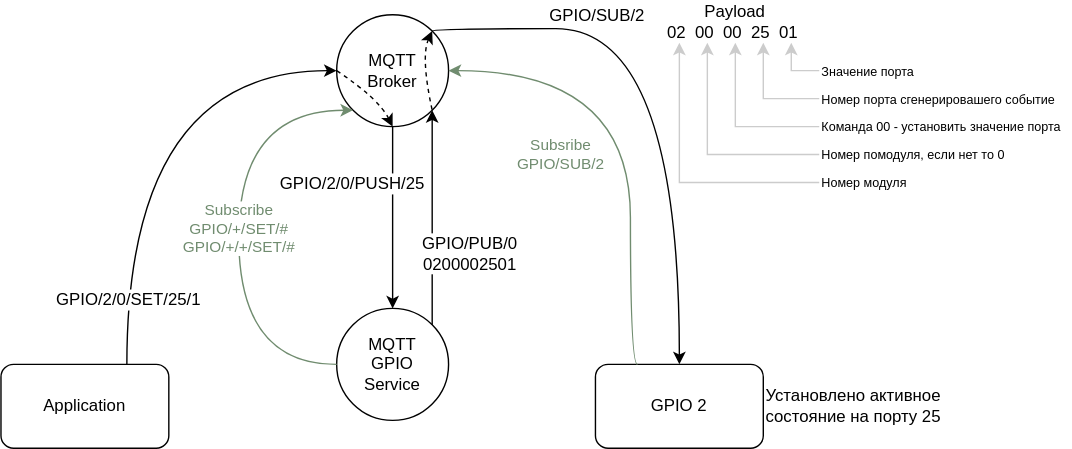
Above: docs/light/gpio/mqtt_messages_receive.svg in atitoff/CSH4 (draw.io), before the change. Source tidied: cells renumbered, new cells last; positions are measured from the earlier drawing's top-left corner, leaving out a move shared by most shapes. The source it was exported from:
```xml
<mxGraphModel>
  <root>
    <mxCell id="0" />
    <mxCell id="1" parent="0" />
    <mxCell id="2" value="MQTT&lt;br&gt;Broker" style="ellipse;whiteSpace=wrap;html=1;" parent="1" vertex="1">
      <mxGeometry x="240" y="10" width="80" height="80" as="geometry" />
    </mxCell>
    <mxCell id="3" value="GPIO 2" style="rounded=1;whiteSpace=wrap;html=1;" parent="1" vertex="1">
      <mxGeometry x="425" y="260" width="120" height="60" as="geometry" />
    </mxCell>
    <mxCell id="4" value="Application" style="rounded=1;whiteSpace=wrap;html=1;" parent="1" vertex="1">
      <mxGeometry y="260" width="120" height="60" as="geometry" />
    </mxCell>
    <mxCell id="5" value="&lt;font style=&quot;font-size: 11px;&quot;&gt;&lt;font color=&quot;#708c6f&quot;&gt;Subsribe&lt;br&gt;&lt;/font&gt;&lt;span style=&quot;text-align: start;&quot;&gt;&lt;font color=&quot;#708c6f&quot;&gt;GPIO/SUB/2&lt;/font&gt;&lt;br&gt;&lt;/span&gt;&lt;/font&gt;" style="endArrow=classic;html=1;rounded=0;strokeColor=#708c6f;exitX=0.25;exitY=0;exitDx=0;exitDy=0;entryX=1;entryY=0.5;entryDx=0;entryDy=0;edgeStyle=orthogonalEdgeStyle;curved=1;" parent="1" edge="1" source="3" target="2">
      <mxGeometry x="-0.1" y="50" relative="1" as="geometry">
        <Array as="points">
          <mxPoint x="450" y="260" />
          <mxPoint x="450" y="50" />
        </Array>
      </mxGeometry>
    </mxCell>
    <mxCell id="6" style="edgeStyle=orthogonalEdgeStyle;rounded=0;jettySize=auto;html=1;exitX=0.5;exitY=0;exitDx=0;exitDy=0;entryX=0.5;entryY=1;entryDx=0;entryDy=0;fontSize=12;strokeColor=#000000;endArrow=none;endFill=0;startArrow=classic;startFill=1;" parent="1" edge="1" source="8" target="2">
      <mxGeometry relative="1" as="geometry" />
    </mxCell>
    <mxCell id="7" value="GPIO/2/0/PUSH/25" style="edgeLabel;html=1;align=center;verticalAlign=middle;fontSize=12;fontFamily=Helvetica;" parent="6" vertex="1">
      <mxGeometry x="0.35" y="1" relative="1" as="geometry">
        <mxPoint x="-29" y="-2" as="offset" />
      </mxGeometry>
    </mxCell>
    <mxCell id="8" value="MQTT&lt;br&gt;GPIO&lt;br&gt;Service" style="ellipse;whiteSpace=wrap;html=1;" parent="1" vertex="1">
      <mxGeometry x="240" y="220" width="80" height="80" as="geometry" />
    </mxCell>
    <mxCell id="9" value="&lt;font color=&quot;#708c6f&quot;&gt;Subscribe&lt;br&gt;GPIO/+/SET/#&lt;br&gt;&lt;/font&gt;&lt;span style=&quot;color: rgb(112, 140, 111);&quot;&gt;GPIO/+/+/SET/#&lt;/span&gt;&lt;font color=&quot;#708c6f&quot;&gt;&lt;br&gt;&lt;/font&gt;" style="endArrow=classic;html=1;rounded=0;curved=1;strokeColor=#708c6f;exitX=0;exitY=0.5;exitDx=0;exitDy=0;edgeStyle=orthogonalEdgeStyle;entryX=0;entryY=1;entryDx=0;entryDy=0;" parent="1" edge="1" source="8" target="2">
      <mxGeometry relative="1" as="geometry">
        <Array as="points">
          <mxPoint x="170" y="260" />
          <mxPoint x="170" y="78" />
        </Array>
      </mxGeometry>
    </mxCell>
    <mxCell id="10" style="endArrow=none;html=1;rounded=0;strokeColor=#000000;exitX=0.5;exitY=0;exitDx=0;exitDy=0;entryX=1;entryY=0;entryDx=0;entryDy=0;startArrow=classic;startFill=1;endFill=0;edgeStyle=orthogonalEdgeStyle;curved=1;" parent="1" edge="1" source="3" target="2">
      <mxGeometry relative="1" as="geometry">
        <Array as="points">
          <mxPoint x="485" y="20" />
          <mxPoint x="308" y="20" />
        </Array>
      </mxGeometry>
    </mxCell>
    <mxCell id="11" value="GPIO/SUB/2" style="edgeLabel;html=1;align=center;verticalAlign=middle;fontSize=12;" parent="10" vertex="1">
      <mxGeometry x="-0.07" relative="1" as="geometry">
        <mxPoint x="-60" y="-56" as="offset" />
      </mxGeometry>
    </mxCell>
    <mxCell id="12" value="Payload&lt;br&gt;02&amp;nbsp; 00&amp;nbsp; 00&amp;nbsp; 25&amp;nbsp; 01&amp;nbsp;" style="text;html=1;strokeColor=none;fillColor=none;align=center;verticalAlign=middle;whiteSpace=wrap;rounded=0;" parent="1" vertex="1">
      <mxGeometry x="475" width="100" height="30" as="geometry" />
    </mxCell>
    <mxCell id="13" style="endArrow=classic;html=1;rounded=0;strokeColor=#CCCCCC;entryX=0.9;entryY=1;entryDx=0;entryDy=0;entryPerimeter=0;edgeStyle=orthogonalEdgeStyle;" parent="1" edge="1" target="12">
      <mxGeometry relative="1" as="geometry">
        <mxPoint x="585" y="50" as="sourcePoint" />
      </mxGeometry>
    </mxCell>
    <mxCell id="14" style="endArrow=classic;html=1;rounded=0;strokeColor=#CCCCCC;entryX=0.7;entryY=1;entryDx=0;entryDy=0;entryPerimeter=0;edgeStyle=orthogonalEdgeStyle;" parent="1" edge="1" target="12">
      <mxGeometry relative="1" as="geometry">
        <mxPoint x="585" y="70" as="sourcePoint" />
        <Array as="points">
          <mxPoint x="545" y="70" />
        </Array>
      </mxGeometry>
    </mxCell>
    <mxCell id="15" style="endArrow=classic;html=1;rounded=0;strokeColor=#CCCCCC;entryX=0.7;entryY=1;entryDx=0;entryDy=0;entryPerimeter=0;edgeStyle=orthogonalEdgeStyle;" parent="1" edge="1">
      <mxGeometry relative="1" as="geometry">
        <mxPoint x="585" y="90" as="sourcePoint" />
        <mxPoint x="525" y="30" as="targetPoint" />
        <Array as="points">
          <mxPoint x="585" y="90" />
          <mxPoint x="525" y="90" />
        </Array>
      </mxGeometry>
    </mxCell>
    <mxCell id="16" style="endArrow=classic;html=1;rounded=0;strokeColor=#CCCCCC;entryX=0.7;entryY=1;entryDx=0;entryDy=0;entryPerimeter=0;edgeStyle=orthogonalEdgeStyle;" parent="1" edge="1">
      <mxGeometry relative="1" as="geometry">
        <mxPoint x="585" y="110" as="sourcePoint" />
        <mxPoint x="505" y="30" as="targetPoint" />
        <Array as="points">
          <mxPoint x="505" y="110" />
        </Array>
      </mxGeometry>
    </mxCell>
    <mxCell id="17" style="endArrow=classic;html=1;rounded=0;strokeColor=#CCCCCC;entryX=0.7;entryY=1;entryDx=0;entryDy=0;entryPerimeter=0;edgeStyle=orthogonalEdgeStyle;" parent="1" edge="1">
      <mxGeometry relative="1" as="geometry">
        <mxPoint x="585" y="130" as="sourcePoint" />
        <mxPoint x="485" y="30" as="targetPoint" />
        <Array as="points">
          <mxPoint x="565" y="130" />
          <mxPoint x="485" y="130" />
        </Array>
      </mxGeometry>
    </mxCell>
    <mxCell id="18" value="&lt;font style=&quot;font-size: 9px;&quot;&gt;Номер модуля&lt;/font&gt;" style="rounded=0;whiteSpace=wrap;html=1;fontSize=10;fillColor=none;strokeColor=none;align=left;" parent="1" vertex="1">
      <mxGeometry x="585" y="120" width="120" height="20" as="geometry" />
    </mxCell>
    <mxCell id="19" value="&lt;font style=&quot;font-size: 9px;&quot;&gt;Номер помодуля, если нет то 0&lt;/font&gt;" style="rounded=0;whiteSpace=wrap;html=1;fontSize=10;fillColor=none;strokeColor=none;align=left;" parent="1" vertex="1">
      <mxGeometry x="585" y="100" width="150" height="20" as="geometry" />
    </mxCell>
    <mxCell id="20" value="&lt;font style=&quot;font-size: 9px;&quot;&gt;Команда 00 - установить значение порта&lt;/font&gt;" style="rounded=0;whiteSpace=wrap;html=1;fontSize=10;fillColor=none;strokeColor=none;align=left;" parent="1" vertex="1">
      <mxGeometry x="585" y="80" width="175" height="20" as="geometry" />
    </mxCell>
    <mxCell id="21" value="&lt;font style=&quot;font-size: 9px;&quot;&gt;Номер порта сгенерировашего событие&lt;/font&gt;" style="rounded=0;whiteSpace=wrap;html=1;fontSize=10;fillColor=none;strokeColor=none;align=left;" parent="1" vertex="1">
      <mxGeometry x="585" y="60" width="170" height="20" as="geometry" />
    </mxCell>
    <mxCell id="22" value="&lt;font style=&quot;font-size: 9px;&quot;&gt;Значение порта&lt;/font&gt;" style="rounded=0;whiteSpace=wrap;html=1;fontSize=10;fillColor=none;strokeColor=none;align=left;" parent="1" vertex="1">
      <mxGeometry x="585" y="40" width="180" height="20" as="geometry" />
    </mxCell>
    <mxCell id="23" value="Установлено активное&lt;br&gt;&lt;div style=&quot;&quot;&gt;&lt;span style=&quot;background-color: initial;&quot;&gt;состояние&amp;nbsp;&lt;/span&gt;&lt;span style=&quot;background-color: initial;&quot;&gt;на порту 25&lt;/span&gt;&lt;/div&gt;" style="text;html=1;align=left;verticalAlign=middle;strokeColor=none;fillColor=none;fontSize=12;" parent="1" vertex="1">
      <mxGeometry x="545" y="270" width="150" height="40" as="geometry" />
    </mxCell>
    <mxCell id="24" style="endArrow=none;html=1;rounded=0;fontSize=12;strokeColor=#000000;exitX=1;exitY=1;exitDx=0;exitDy=0;entryX=1;entryY=0;entryDx=0;entryDy=0;endFill=0;startArrow=classic;startFill=1;" parent="1" edge="1" source="2" target="8">
      <mxGeometry relative="1" as="geometry" />
    </mxCell>
    <mxCell id="25" value="&lt;span style=&quot;background-color: rgb(255, 255, 255);&quot;&gt;GPIO/PUB/0&lt;br style=&quot;&quot;&gt;0200002501&lt;/span&gt;" style="edgeLabel;html=1;align=center;verticalAlign=middle;fontSize=12;fontFamily=Helvetica;" parent="24" vertex="1">
      <mxGeometry x="0.37" relative="1" as="geometry">
        <mxPoint x="26" y="-3" as="offset" />
      </mxGeometry>
    </mxCell>
    <mxCell id="26" style="endArrow=none;html=1;rounded=0;labelBackgroundColor=none;fontFamily=Helvetica;fontSize=11;strokeColor=#000000;exitX=0;exitY=0.5;exitDx=0;exitDy=0;entryX=0.75;entryY=0;entryDx=0;entryDy=0;edgeStyle=orthogonalEdgeStyle;curved=1;endFill=0;startArrow=classic;startFill=1;" parent="1" edge="1" source="2" target="4">
      <mxGeometry relative="1" as="geometry" />
    </mxCell>
    <mxCell id="27" value="&lt;span style=&quot;font-size: 12px;&quot;&gt;GPIO/2/0/SET/25/1&lt;/span&gt;" style="edgeLabel;html=1;align=center;verticalAlign=middle;" parent="26" vertex="1">
      <mxGeometry x="0.28" y="18" relative="1" as="geometry">
        <mxPoint x="-18" y="82" as="offset" />
      </mxGeometry>
    </mxCell>
    <mxCell id="28" style="curved=1;endArrow=none;html=1;rounded=0;entryX=1;entryY=1;entryDx=0;entryDy=0;dashed=1;exitX=1;exitY=0;exitDx=0;exitDy=0;endFill=0;startArrow=classic;startFill=1;" parent="1" edge="1" source="2" target="2">
      <mxGeometry relative="1" as="geometry">
        <Array as="points">
          <mxPoint x="300" y="40" />
        </Array>
      </mxGeometry>
    </mxCell>
    <mxCell id="29" style="endArrow=none;html=1;rounded=0;dashed=1;entryX=0;entryY=0.5;entryDx=0;entryDy=0;exitX=0.5;exitY=1;exitDx=0;exitDy=0;edgeStyle=orthogonalEdgeStyle;curved=1;startArrow=classic;startFill=1;endFill=0;" parent="1" edge="1" source="2" target="2">
      <mxGeometry relative="1" as="geometry">
        <Array as="points">
          <mxPoint x="270" y="70" />
        </Array>
      </mxGeometry>
    </mxCell>
  </root>
</mxGraphModel>
```
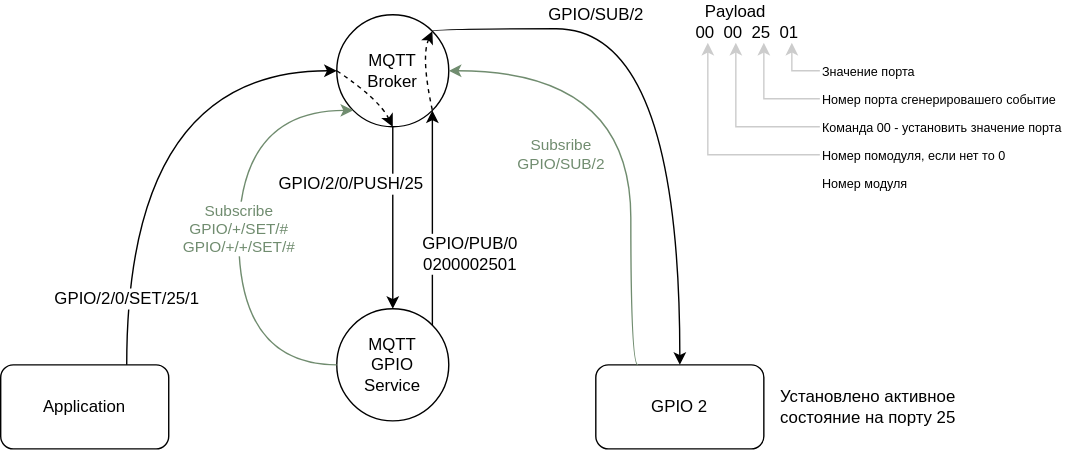
After the commit.

Change to the diagram source:
```diff
@@ -51,7 +51,7 @@
         <mxPoint x="-60" y="-56" as="offset" />
       </mxGeometry>
     </mxCell>
-    <mxCell id="12" value="Payload&lt;br&gt;02&amp;nbsp; 00&amp;nbsp; 00&amp;nbsp; 25&amp;nbsp; 01&amp;nbsp;" style="text;html=1;strokeColor=none;fillColor=none;align=center;verticalAlign=middle;whiteSpace=wrap;rounded=0;" parent="1" vertex="1">
+    <mxCell id="12" value="Payload&lt;br&gt;&amp;nbsp; &amp;nbsp; &amp;nbsp; 00&amp;nbsp; 00&amp;nbsp; 25&amp;nbsp; 01&amp;nbsp;" style="text;html=1;strokeColor=none;fillColor=none;align=center;verticalAlign=middle;whiteSpace=wrap;rounded=0;" parent="1" vertex="1">
       <mxGeometry x="475" width="100" height="30" as="geometry" />
     </mxCell>
     <mxCell id="13" style="endArrow=classic;html=1;rounded=0;strokeColor=#CCCCCC;entryX=0.9;entryY=1;entryDx=0;entryDy=0;entryPerimeter=0;edgeStyle=orthogonalEdgeStyle;" parent="1" edge="1" target="12">
@@ -86,16 +86,6 @@
         </Array>
       </mxGeometry>
     </mxCell>
-    <mxCell id="17" style="endArrow=classic;html=1;rounded=0;strokeColor=#CCCCCC;entryX=0.7;entryY=1;entryDx=0;entryDy=0;entryPerimeter=0;edgeStyle=orthogonalEdgeStyle;" parent="1" edge="1">
-      <mxGeometry relative="1" as="geometry">
-        <mxPoint x="585" y="130" as="sourcePoint" />
-        <mxPoint x="485" y="30" as="targetPoint" />
-        <Array as="points">
-          <mxPoint x="565" y="130" />
-          <mxPoint x="485" y="130" />
-        </Array>
-      </mxGeometry>
-    </mxCell>
     <mxCell id="18" value="&lt;font style=&quot;font-size: 9px;&quot;&gt;Номер модуля&lt;/font&gt;" style="rounded=0;whiteSpace=wrap;html=1;fontSize=10;fillColor=none;strokeColor=none;align=left;" parent="1" vertex="1">
       <mxGeometry x="585" y="120" width="120" height="20" as="geometry" />
     </mxCell>
@@ -112,7 +102,7 @@
       <mxGeometry x="585" y="40" width="180" height="20" as="geometry" />
     </mxCell>
     <mxCell id="23" value="Установлено активное&lt;br&gt;&lt;div style=&quot;&quot;&gt;&lt;span style=&quot;background-color: initial;&quot;&gt;состояние&amp;nbsp;&lt;/span&gt;&lt;span style=&quot;background-color: initial;&quot;&gt;на порту 25&lt;/span&gt;&lt;/div&gt;" style="text;html=1;align=left;verticalAlign=middle;strokeColor=none;fillColor=none;fontSize=12;" parent="1" vertex="1">
-      <mxGeometry x="545" y="270" width="150" height="40" as="geometry" />
+      <mxGeometry x="555" y="270" width="150" height="40" as="geometry" />
     </mxCell>
     <mxCell id="24" style="endArrow=none;html=1;rounded=0;fontSize=12;strokeColor=#000000;exitX=1;exitY=1;exitDx=0;exitDy=0;entryX=1;entryY=0;entryDx=0;entryDy=0;endFill=0;startArrow=classic;startFill=1;" parent="1" edge="1" source="2" target="8">
       <mxGeometry relative="1" as="geometry" />
```
